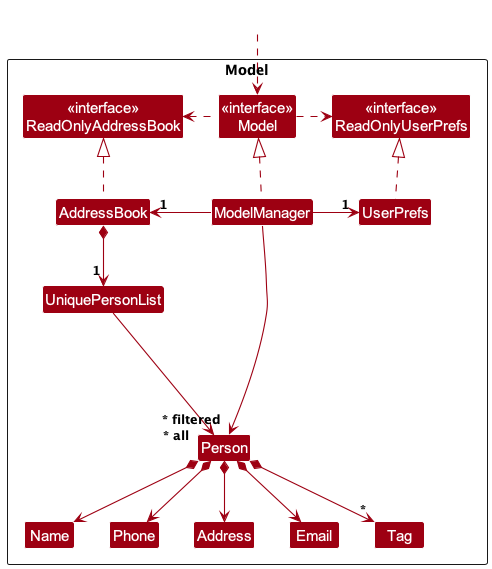
This is docs/diagrams/ModelClassDiagram.png from victorlaiyeeteng/tp, a PlantUML export, as it was before one commit.
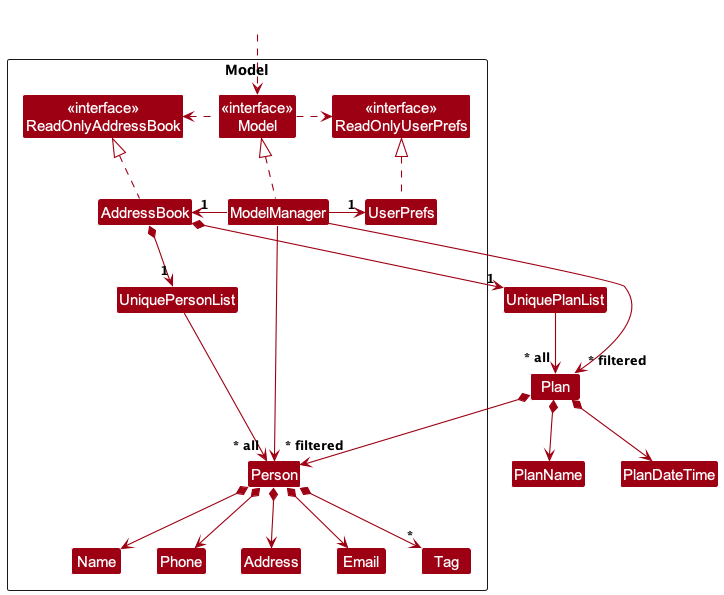
The same file after the commit.

Commit message:
Refactor UML Diagrams for ModelClassDiagram and StorageClassDiagram

Diff of the diagram source:
```diff
@@ -43,6 +43,12 @@
 Person *--> Address
 Person *--> "*" Tag
 
+AddressBook *--> "1" UniquePlanList
+UniquePlanList --> "~* all" Plan
+Plan *--> PlanName
+Plan *--> PlanDateTime
+Plan *--> Person
+
 Person -[hidden]up--> I
 UniquePersonList -[hidden]right-> I
 
@@ -51,4 +57,5 @@
 Address -[hidden]right-> Email
 
 ModelManager --> "~* filtered" Person
+ModelManager --> "~* filtered" Plan
 @enduml
```
